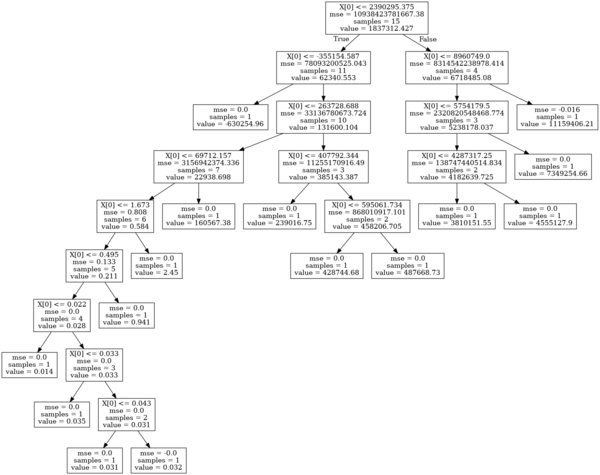
The Graphviz diagram dot_tree.png in Dimitrios-Mourtzilas/Business-Strategy, before a commit. Its source is kept beside it as dot_tree.dot.
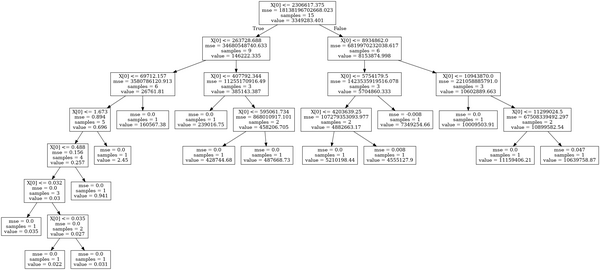
Above is the later version.

What changed in the source:
```diff
@@ -1,60 +1,60 @@
 digraph Tree {
 node [shape=box] ;
-0 [label="X[0] <= 2390295.375\nmse = 10938423781667.38\nsamples = 15\nvalue = 1837312.427"] ;
-1 [label="X[0] <= -355154.587\nmse = 78093200525.043\nsamples = 11\nvalue = 62340.553"] ;
+0 [label="X[0] <= 2306617.375\nmse = 18138196702668.023\nsamples = 15\nvalue = 3349283.401"] ;
+1 [label="X[0] <= 263728.688\nmse = 34680548740.633\nsamples = 9\nvalue = 146222.335"] ;
 0 -> 1 [labeldistance=2.5, labelangle=45, headlabel="True"] ;
-2 [label="mse = 0.0\nsamples = 1\nvalue = -630254.96"] ;
+2 [label="X[0] <= 69712.157\nmse = 3580786120.913\nsamples = 6\nvalue = 26761.81"] ;
 1 -> 2 ;
-3 [label="X[0] <= 263728.688\nmse = 33136780673.724\nsamples = 10\nvalue = 131600.104"] ;
-1 -> 3 ;
-4 [label="X[0] <= 69712.157\nmse = 3156942374.336\nsamples = 7\nvalue = 22938.698"] ;
+3 [label="X[0] <= 1.673\nmse = 0.894\nsamples = 5\nvalue = 0.696"] ;
+2 -> 3 ;
+4 [label="X[0] <= 0.488\nmse = 0.156\nsamples = 4\nvalue = 0.257"] ;
 3 -> 4 ;
-5 [label="X[0] <= 1.673\nmse = 0.808\nsamples = 6\nvalue = 0.584"] ;
+5 [label="X[0] <= 0.032\nmse = 0.0\nsamples = 3\nvalue = 0.03"] ;
 4 -> 5 ;
-6 [label="X[0] <= 0.495\nmse = 0.133\nsamples = 5\nvalue = 0.211"] ;
+6 [label="mse = 0.0\nsamples = 1\nvalue = 0.035"] ;
 5 -> 6 ;
-7 [label="X[0] <= 0.022\nmse = 0.0\nsamples = 4\nvalue = 0.028"] ;
-6 -> 7 ;
-8 [label="mse = 0.0\nsamples = 1\nvalue = 0.014"] ;
+7 [label="X[0] <= 0.035\nmse = 0.0\nsamples = 2\nvalue = 0.027"] ;
+5 -> 7 ;
+8 [label="mse = 0.0\nsamples = 1\nvalue = 0.022"] ;
 7 -> 8 ;
-9 [label="X[0] <= 0.033\nmse = 0.0\nsamples = 3\nvalue = 0.033"] ;
+9 [label="mse = 0.0\nsamples = 1\nvalue = 0.031"] ;
 7 -> 9 ;
-10 [label="mse = 0.0\nsamples = 1\nvalue = 0.035"] ;
-9 -> 10 ;
-11 [label="X[0] <= 0.043\nmse = 0.0\nsamples = 2\nvalue = 0.031"] ;
-9 -> 11 ;
-12 [label="mse = 0.0\nsamples = 1\nvalue = 0.031"] ;
-11 -> 12 ;
-13 [label="mse = -0.0\nsamples = 1\nvalue = 0.032"] ;
-11 -> 13 ;
-14 [label="mse = 0.0\nsamples = 1\nvalue = 0.941"] ;
-6 -> 14 ;
-15 [label="mse = 0.0\nsamples = 1\nvalue = 2.45"] ;
-5 -> 15 ;
-16 [label="mse = 0.0\nsamples = 1\nvalue = 160567.38"] ;
-4 -> 16 ;
-17 [label="X[0] <= 407792.344\nmse = 11255170916.49\nsamples = 3\nvalue = 385143.387"] ;
-3 -> 17 ;
-18 [label="mse = 0.0\nsamples = 1\nvalue = 239016.75"] ;
-17 -> 18 ;
-19 [label="X[0] <= 595061.734\nmse = 868010917.101\nsamples = 2\nvalue = 458206.705"] ;
-17 -> 19 ;
-20 [label="mse = 0.0\nsamples = 1\nvalue = 428744.68"] ;
+10 [label="mse = 0.0\nsamples = 1\nvalue = 0.941"] ;
+4 -> 10 ;
+11 [label="mse = 0.0\nsamples = 1\nvalue = 2.45"] ;
+3 -> 11 ;
+12 [label="mse = 0.0\nsamples = 1\nvalue = 160567.38"] ;
+2 -> 12 ;
+13 [label="X[0] <= 407792.344\nmse = 11255170916.49\nsamples = 3\nvalue = 385143.387"] ;
+1 -> 13 ;
+14 [label="mse = 0.0\nsamples = 1\nvalue = 239016.75"] ;
+13 -> 14 ;
+15 [label="X[0] <= 595061.734\nmse = 868010917.101\nsamples = 2\nvalue = 458206.705"] ;
+13 -> 15 ;
+16 [label="mse = 0.0\nsamples = 1\nvalue = 428744.68"] ;
+15 -> 16 ;
+17 [label="mse = 0.0\nsamples = 1\nvalue = 487668.73"] ;
+15 -> 17 ;
+18 [label="X[0] <= 8934862.0\nmse = 6819970232038.617\nsamples = 6\nvalue = 8153874.998"] ;
+0 -> 18 [labeldistance=2.5, labelangle=-45, headlabel="False"] ;
+19 [label="X[0] <= 5754179.5\nmse = 1423535919516.078\nsamples = 3\nvalue = 5704860.333"] ;
+18 -> 19 ;
+20 [label="X[0] <= 4203639.25\nmse = 107279353093.977\nsamples = 2\nvalue = 4882663.17"] ;
 19 -> 20 ;
-21 [label="mse = 0.0\nsamples = 1\nvalue = 487668.73"] ;
-19 -> 21 ;
-22 [label="X[0] <= 8960749.0\nmse = 8314542238978.414\nsamples = 4\nvalue = 6718485.08"] ;
-0 -> 22 [labeldistance=2.5, labelangle=-45, headlabel="False"] ;
-23 [label="X[0] <= 5754179.5\nmse = 2320820548468.774\nsamples = 3\nvalue = 5238178.037"] ;
-22 -> 23 ;
-24 [label="X[0] <= 4287317.25\nmse = 138747440514.834\nsamples = 2\nvalue = 4182639.725"] ;
-23 -> 24 ;
-25 [label="mse = 0.0\nsamples = 1\nvalue = 3810151.55"] ;
+21 [label="mse = 0.0\nsamples = 1\nvalue = 5210198.44"] ;
+20 -> 21 ;
+22 [label="mse = 0.008\nsamples = 1\nvalue = 4555127.9"] ;
+20 -> 22 ;
+23 [label="mse = -0.008\nsamples = 1\nvalue = 7349254.66"] ;
+19 -> 23 ;
+24 [label="X[0] <= 10943870.0\nmse = 221058885791.0\nsamples = 3\nvalue = 10602889.663"] ;
+18 -> 24 ;
+25 [label="mse = 0.0\nsamples = 1\nvalue = 10009503.91"] ;
 24 -> 25 ;
-26 [label="mse = 0.0\nsamples = 1\nvalue = 4555127.9"] ;
+26 [label="X[0] <= 11299024.5\nmse = 67508339492.297\nsamples = 2\nvalue = 10899582.54"] ;
 24 -> 26 ;
-27 [label="mse = 0.0\nsamples = 1\nvalue = 7349254.66"] ;
-23 -> 27 ;
-28 [label="mse = -0.016\nsamples = 1\nvalue = 11159406.21"] ;
-22 -> 28 ;
+27 [label="mse = 0.0\nsamples = 1\nvalue = 11159406.21"] ;
+26 -> 27 ;
+28 [label="mse = 0.047\nsamples = 1\nvalue = 10639758.87"] ;
+26 -> 28 ;
 }
```
